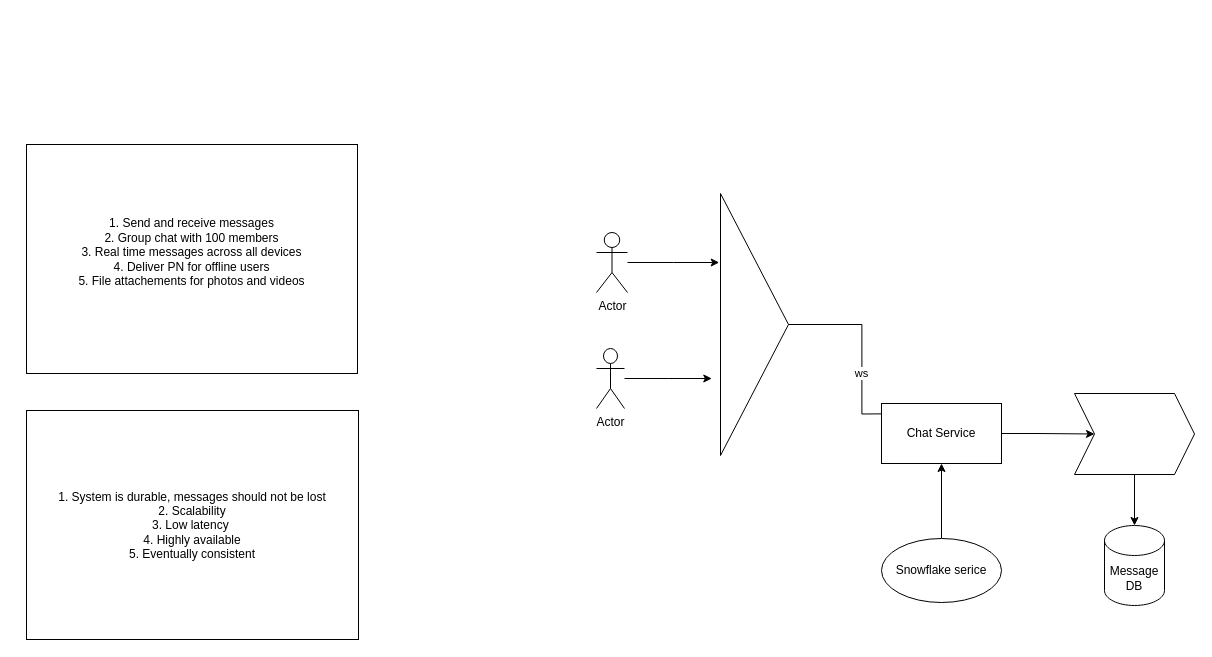
The draw.io diagram diagrams/Chat_app_mock_2.drawio in kal038/system-design-learn, before the edit. Source tidied: cells renumbered, new cells numbered last; positions are measured from the earlier drawing's top-left corner, leaving out a move shared by most shapes. Both pictures are drawn from the tidied source at 100%, with x=0, y=0 at pixel (26, 144).
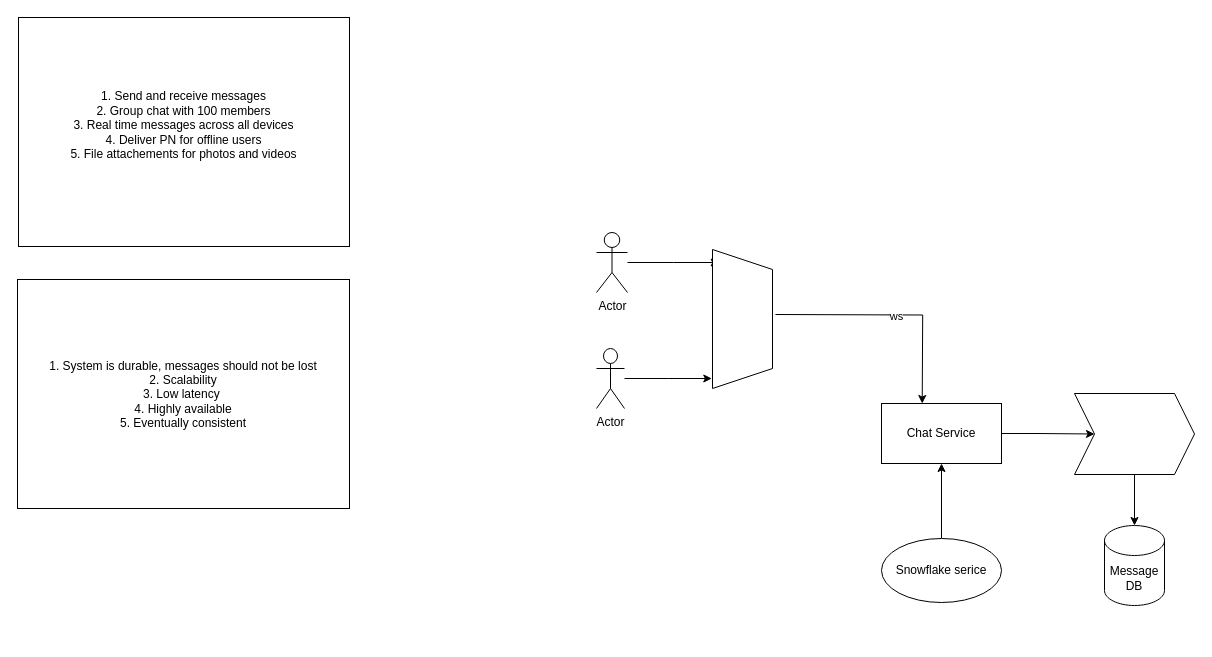
After the change.

Diff of the diagram source:
```diff
@@
     <mxCell id="2" value="1. Send and receive messages&lt;div&gt;2. Group chat with 100 members&lt;/div&gt;&lt;div&gt;3. Real time messages across all devices&lt;/div&gt;&lt;div&gt;4. Deliver PN for offline users&lt;/div&gt;&lt;div&gt;5. File attachements for photos and videos&lt;/div&gt;&lt;div&gt;&lt;br&gt;&lt;/div&gt;" style="rounded=0;whiteSpace=wrap;html=1;" parent="1" vertex="1">
-      <mxGeometry width="331" height="229" as="geometry" />
+      <mxGeometry x="-8" y="-127" width="331" height="229" as="geometry" />
     </mxCell>
     <mxCell id="3" value="1. System is durable, messages should not be lost&lt;div&gt;2. Scalability&lt;/div&gt;&lt;div&gt;3. Low latency&amp;nbsp;&lt;/div&gt;&lt;div&gt;4. Highly available&lt;/div&gt;&lt;div&gt;5. Eventually consistent&lt;/div&gt;" style="rounded=0;whiteSpace=wrap;html=1;" parent="1" vertex="1">
-      <mxGeometry y="266" width="332" height="229" as="geometry" />
+      <mxGeometry x="-9" y="135" width="332" height="229" as="geometry" />
     </mxCell>
@@
-    <mxCell id="8" style="edgeStyle=orthogonalEdgeStyle;rounded=0;jettySize=auto;html=1;" parent="1" edge="1" source="10">
+    <mxCell id="8" style="edgeStyle=orthogonalEdgeStyle;rounded=0;orthogonalLoop=1;jettySize=auto;html=1;" parent="1" edge="1">
       <mxGeometry relative="1" as="geometry">
-        <mxPoint x="908.7" y="269" as="targetPoint" />
+        <mxPoint x="749" y="170" as="sourcePoint" />
+        <mxPoint x="895.7" y="259" as="targetPoint" />
       </mxGeometry>
     </mxCell>
@@
-    <mxCell id="10" style="triangle;whiteSpace=wrap;html=1;" parent="1" vertex="1">
-      <mxGeometry x="694" y="49" width="68" height="262" as="geometry" />
-    </mxCell>
@@
+    <mxCell id="18" style="shape=trapezoid;perimeter=trapezoidPerimeter;whiteSpace=wrap;html=1;fixedSize=1;direction=south;" parent="1" vertex="1">
+      <mxGeometry x="686" y="105" width="60" height="139" as="geometry" />
+    </mxCell>
```
